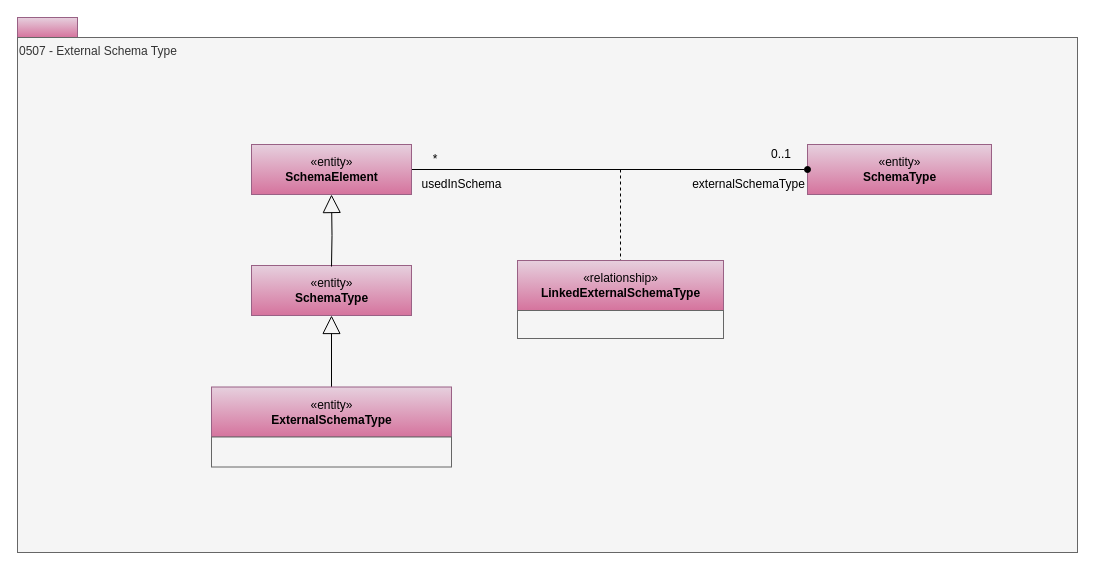
odpi/egeria-docs keeps this draw.io diagram as page "0507-External-Schema-Type" (6 of 33) of site/docs/types/5/area-5-models-and-schema.drawio. Above is the earlier version. Source tidied: cells renumbered, new cells numbered last; positions are measured from the earlier drawing's top-left corner, leaving out a move shared by most shapes. Both pictures are drawn from the tidied source at 100%, with x=0, y=0 at pixel (17, 17).
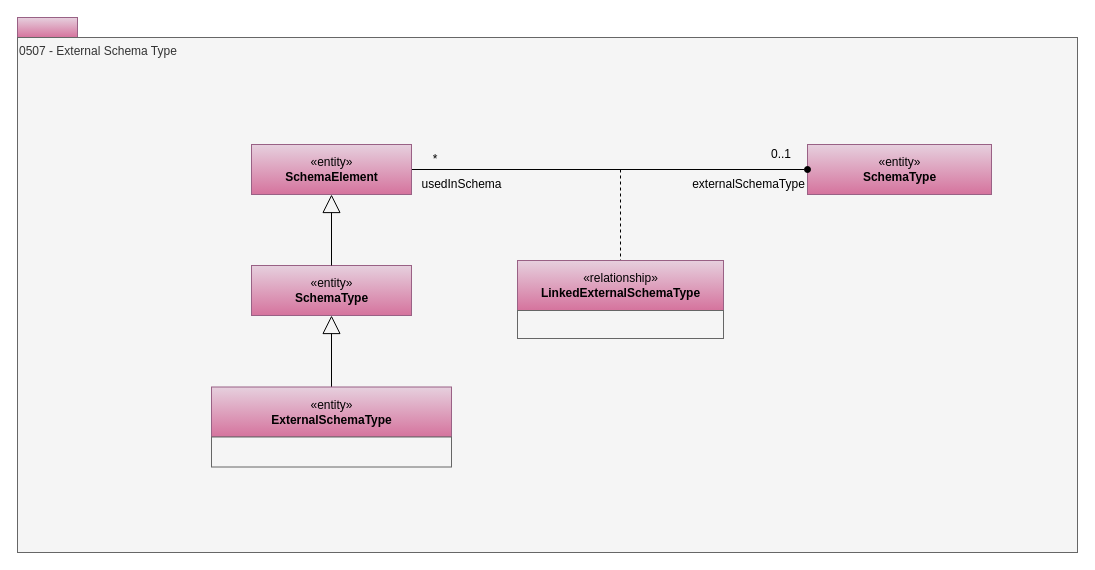
After the change.

The change refers to these unchanged cells:
```xml
<mxCell id="4" value="«entity»&lt;br&gt;&lt;b&gt;SchemaType&lt;/b&gt;" style="html=1;strokeColor=#996185;align=center;fillColor=#e6d0de;gradientColor=#d5739d;" parent="1" vertex="1">
  <mxGeometry x="234" y="248" width="160" height="50" as="geometry" />
</mxCell>
<mxCell id="13" value="«entity»&lt;br&gt;&lt;b&gt;SchemaElement&lt;/b&gt;" style="html=1;strokeColor=#996185;align=center;fillColor=#e6d0de;gradientColor=#d5739d;" parent="1" vertex="1">
  <mxGeometry x="234" y="127" width="160" height="50" as="geometry" />
</mxCell>
```

The edit, as a diff of the source:
```diff
@@
-    <mxCell id="14" style="edgeStyle=orthogonalEdgeStyle;rounded=0;jettySize=auto;html=1;exitX=0.5;exitY=0;exitDx=0;exitDy=0;entryX=0.5;entryY=1;entryDx=0;entryDy=0;startSize=6;endArrow=block;endFill=0;endSize=16;" parent="1" edge="1" target="13">
-      <mxGeometry relative="1" as="geometry">
-        <mxPoint x="314" y="249" as="sourcePoint" />
-      </mxGeometry>
+    <mxCell id="14" style="edgeStyle=orthogonalEdgeStyle;rounded=0;jettySize=auto;html=1;exitX=0.5;exitY=0;exitDx=0;exitDy=0;entryX=0.5;entryY=1;entryDx=0;entryDy=0;startSize=6;endArrow=block;endFill=0;endSize=16;" parent="1" edge="1" source="4" target="13">
+      <mxGeometry relative="1" as="geometry" />
     </mxCell>
```
